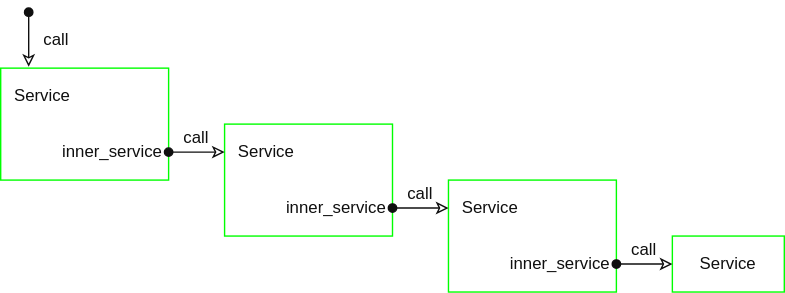
This is docs/rust/axum/images/service_layer.drawio.svg from htgithub194/self-study, a draw.io export, as it was before one commit. Source tidied: cells renumbered, new cells last; positions are measured from the earlier drawing's top-left corner, leaving out a move shared by most shapes.
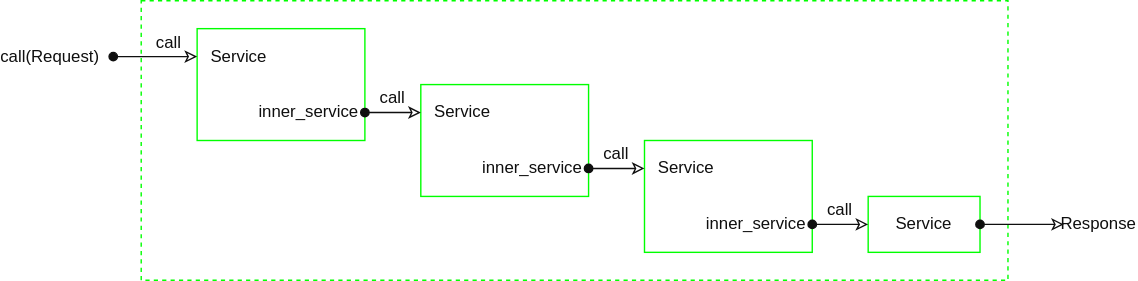
After the change.

What changed in the source:
```diff
@@ -43,14 +43,13 @@
         <mxPoint x="480" y="180" as="targetPoint" />
       </mxGeometry>
     </mxCell>
-    <mxCell id="13" style="edgeStyle=none;html=1;fontColor=light-dark(#0F0F0F,#F0F0F0);strokeColor=light-dark(#0F0F0F,#F0F0F0);startArrow=oval;startFill=1;endArrow=classic;endFill=0;" parent="1" edge="1">
+    <mxCell id="13" style="edgeStyle=none;html=1;fontColor=light-dark(#0F0F0F,#F0F0F0);strokeColor=light-dark(#0F0F0F,#F0F0F0);startArrow=oval;startFill=1;endArrow=classic;endFill=0;entryX=0;entryY=0.5;entryDx=0;entryDy=0;" parent="1" edge="1" target="3">
       <mxGeometry relative="1" as="geometry">
-        <mxPoint x="20" as="sourcePoint" />
-        <mxPoint x="20" y="39" as="targetPoint" />
+        <mxPoint x="-60" y="60" as="sourcePoint" />
       </mxGeometry>
     </mxCell>
     <mxCell id="14" value="call" style="text;html=1;align=center;verticalAlign=middle;whiteSpace=wrap;rounded=0;fontColor=light-dark(#0F0F0F,#F0F0F0);strokeColor=none;" parent="1" vertex="1">
-      <mxGeometry x="20" width="40" height="40" as="geometry" />
+      <mxGeometry x="-40" y="40" width="40" height="20" as="geometry" />
     </mxCell>
     <mxCell id="15" value="call" style="text;html=1;align=center;verticalAlign=middle;whiteSpace=wrap;rounded=0;fontColor=light-dark(#0F0F0F,#F0F0F0);strokeColor=none;" parent="1" vertex="1">
       <mxGeometry x="120" y="80" width="40" height="20" as="geometry" />
@@ -70,5 +69,20 @@
     <mxCell id="20" value="Service" style="text;html=1;align=center;verticalAlign=middle;whiteSpace=wrap;rounded=0;fontColor=light-dark(#0F0F0F,#F0F0F0);strokeColor=none;" parent="1" vertex="1">
       <mxGeometry x="480" y="160" width="80" height="40" as="geometry" />
     </mxCell>
+    <mxCell id="21" style="group;strokeColor=light-dark(#00FF00,#00FF00);dashed=1;" parent="1" vertex="1">
+      <mxGeometry x="-40" y="20" width="620" height="200" as="geometry" />
+    </mxCell>
+    <mxCell id="22" style="edgeStyle=none;html=1;fontColor=light-dark(#0F0F0F,#F0F0F0);strokeColor=light-dark(#0F0F0F,#F0F0F0);startArrow=oval;startFill=1;endArrow=classic;endFill=0;" parent="1" edge="1">
+      <mxGeometry relative="1" as="geometry">
+        <mxPoint x="560" y="180" as="sourcePoint" />
+        <mxPoint x="620" y="180" as="targetPoint" />
+      </mxGeometry>
+    </mxCell>
+    <mxCell id="23" value="call(Request)" style="text;html=1;align=center;verticalAlign=middle;whiteSpace=wrap;rounded=0;fontColor=light-dark(#0F0F0F,#F0F0F0);strokeColor=none;" parent="1" vertex="1">
+      <mxGeometry x="-140" y="40" width="70" height="40" as="geometry" />
+    </mxCell>
+    <mxCell id="24" value="Response" style="text;html=1;align=center;verticalAlign=middle;whiteSpace=wrap;rounded=0;fontColor=light-dark(#0F0F0F,#F0F0F0);strokeColor=none;" parent="1" vertex="1">
+      <mxGeometry x="620" y="160" width="50" height="40" as="geometry" />
+    </mxCell>
   </root>
 </mxGraphModel>
```
